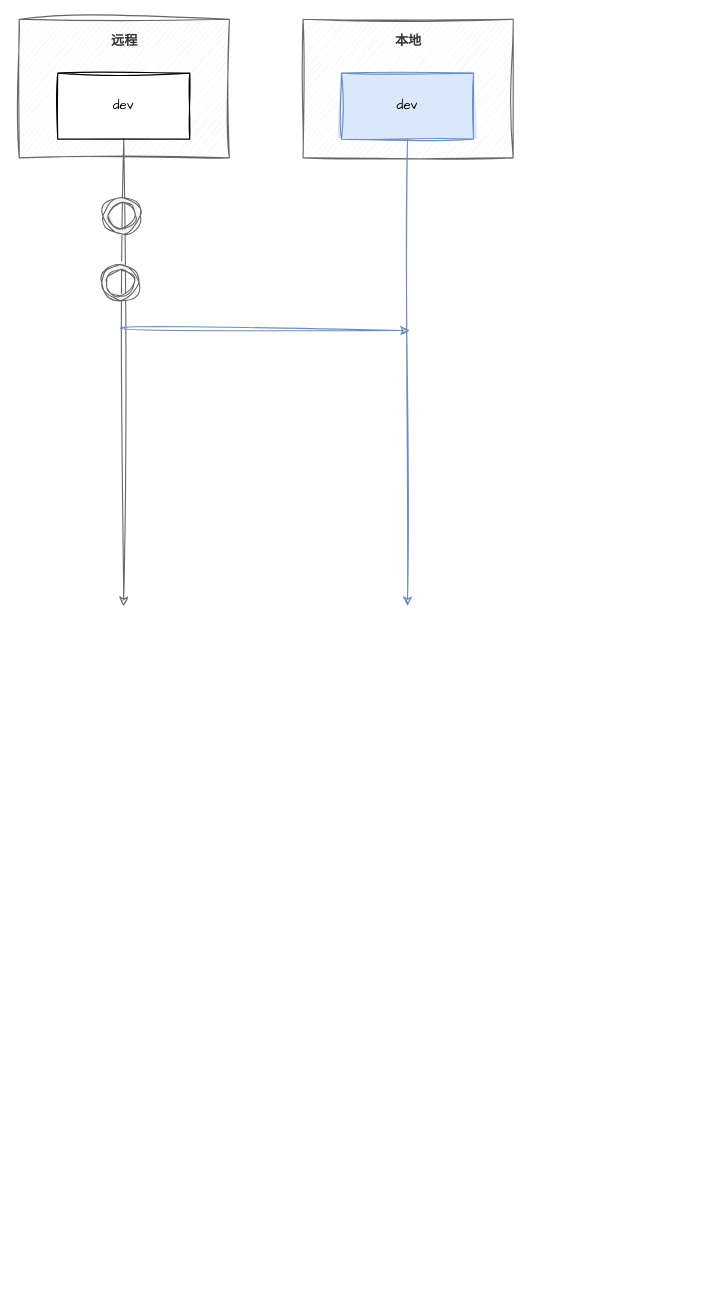
TryLoveCatch/charts keeps this draw.io diagram as git流程.drawio. Above is the earlier version. Source tidied: cells renumbered, new cells numbered last; positions are measured from the earlier drawing's top-left corner, leaving out a move shared by most shapes. Both pictures are drawn from the tidied source at 110%, with x=0, y=0 at pixel (19, 19).
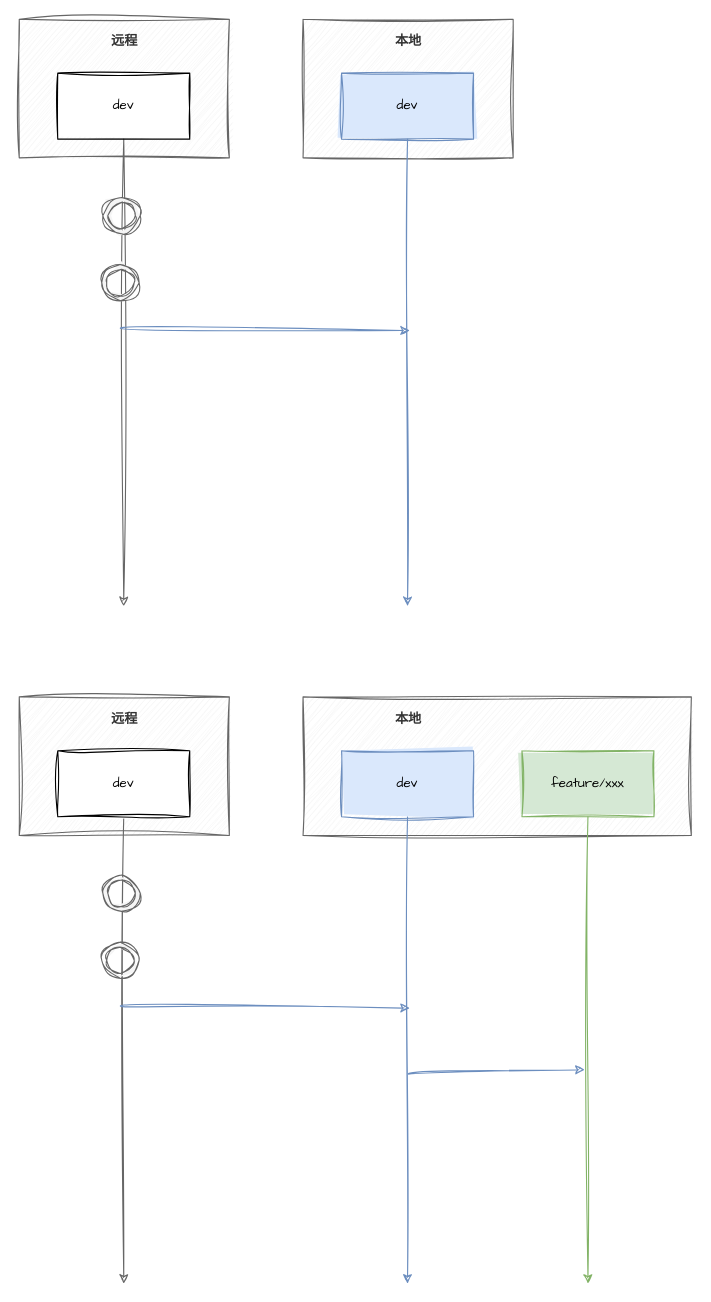
The same page after the edit.

Diff of the diagram source:
```diff
@@
+    <mxCell id="13" style="rounded=0;whiteSpace=wrap;html=1;sketch=1;jiggle=2;curveFitting=1;strokeColor=#666666;fontFamily=Comic Sans MS;fontSize=12;fontColor=#333333;fillColor=#f5f5f5;" parent="1" vertex="1">
+      <mxGeometry y="616" width="191" height="126" as="geometry" />
+    </mxCell>
+    <mxCell id="14" style="edgeStyle=orthogonalEdgeStyle;jettySize=auto;html=1;exitX=0.5;exitY=1;exitDx=0;exitDy=0;fontFamily=Comic Sans MS;fontSize=12;fontColor=#333333;sketch=1;curveFitting=1;jiggle=2;curved=1;fillColor=#f5f5f5;strokeColor=#666666;" parent="1" edge="1" source="15">
+      <mxGeometry relative="1" as="geometry">
+        <mxPoint x="95" y="1149.5" as="targetPoint" />
+      </mxGeometry>
+    </mxCell>
+    <mxCell id="15" value="dev" style="rounded=0;whiteSpace=wrap;html=1;sketch=1;curveFitting=1;jiggle=2;fontFamily=Comic Sans MS;fillStyle=solid;" parent="1" vertex="1">
+      <mxGeometry x="35" y="665" width="120" height="60" as="geometry" />
+    </mxCell>
+    <mxCell id="16" value="&lt;b&gt;远程&lt;/b&gt;" style="text;html=1;strokeColor=none;fillColor=none;align=center;verticalAlign=middle;whiteSpace=wrap;rounded=0;fontSize=12;fontFamily=Comic Sans MS;fontColor=#333333;" parent="1" vertex="1">
+      <mxGeometry x="66" y="622" width="60" height="30" as="geometry" />
+    </mxCell>
+    <mxCell id="17" style="verticalLabelPosition=bottom;verticalAlign=top;html=1;shape=mxgraph.basic.donut;dx=4.5;rounded=0;sketch=1;jiggle=2;curveFitting=1;strokeColor=#666666;fontFamily=Comic Sans MS;fontSize=12;fontColor=#333333;fillColor=#f5f5f5;fillStyle=solid;" parent="1" vertex="1">
+      <mxGeometry x="76" y="778" width="34" height="33" as="geometry" />
+    </mxCell>
+    <mxCell id="18" style="verticalLabelPosition=bottom;verticalAlign=top;html=1;shape=mxgraph.basic.donut;dx=4.5;rounded=0;sketch=1;jiggle=2;curveFitting=1;strokeColor=#666666;fontFamily=Comic Sans MS;fontSize=12;fontColor=#333333;fillColor=#f5f5f5;fillStyle=solid;" parent="1" vertex="1">
+      <mxGeometry x="75" y="839" width="34" height="33" as="geometry" />
+    </mxCell>
+    <mxCell id="19" style="rounded=0;whiteSpace=wrap;html=1;sketch=1;jiggle=2;curveFitting=1;strokeColor=#666666;fontFamily=Comic Sans MS;fontSize=12;fontColor=#333333;fillColor=#f5f5f5;" parent="1" vertex="1">
+      <mxGeometry x="258" y="616" width="353" height="126" as="geometry" />
+    </mxCell>
+    <mxCell id="20" style="edgeStyle=orthogonalEdgeStyle;jettySize=auto;html=1;exitX=0.5;exitY=1;exitDx=0;exitDy=0;fontFamily=Comic Sans MS;fontSize=12;fontColor=#333333;sketch=1;curveFitting=1;jiggle=2;curved=1;fillColor=#dae8fc;strokeColor=#6c8ebf;" parent="1" edge="1" source="21">
+      <mxGeometry relative="1" as="geometry">
+        <mxPoint x="353" y="1149.5" as="targetPoint" />
+      </mxGeometry>
+    </mxCell>
+    <mxCell id="21" value="dev" style="rounded=0;whiteSpace=wrap;html=1;sketch=1;curveFitting=1;jiggle=2;fontFamily=Comic Sans MS;fillStyle=solid;fillColor=#dae8fc;strokeColor=#6c8ebf;" parent="1" vertex="1">
+      <mxGeometry x="293" y="665" width="120" height="60" as="geometry" />
+    </mxCell>
+    <mxCell id="22" value="&lt;b&gt;本地&lt;/b&gt;" style="text;html=1;strokeColor=none;fillColor=none;align=center;verticalAlign=middle;whiteSpace=wrap;rounded=0;fontSize=12;fontFamily=Comic Sans MS;fontColor=#333333;" parent="1" vertex="1">
+      <mxGeometry x="324" y="622" width="60" height="30" as="geometry" />
+    </mxCell>
+    <mxCell id="23" style="endArrow=classic;html=1;rounded=1;labelBackgroundColor=default;sketch=1;jiggle=2;curveFitting=1;strokeColor=#6c8ebf;fontFamily=Comic Sans MS;fontSize=12;fontColor=#333333;shape=connector;curved=1;fillColor=#dae8fc;" parent="1" edge="1">
+      <mxGeometry relative="1" as="geometry">
+        <mxPoint x="92" y="897" as="sourcePoint" />
+        <mxPoint x="355" y="899" as="targetPoint" />
+      </mxGeometry>
+    </mxCell>
+    <mxCell id="24" style="edgeStyle=orthogonalEdgeStyle;jettySize=auto;html=1;exitX=0.5;exitY=1;exitDx=0;exitDy=0;fontFamily=Comic Sans MS;fontSize=12;fontColor=#333333;sketch=1;curveFitting=1;jiggle=2;curved=1;fillColor=#d5e8d4;strokeColor=#82b366;" parent="1" edge="1" source="25">
+      <mxGeometry relative="1" as="geometry">
+        <mxPoint x="517" y="1149.5" as="targetPoint" />
+      </mxGeometry>
+    </mxCell>
+    <mxCell id="25" value="feature/xxx" style="rounded=0;whiteSpace=wrap;html=1;sketch=1;curveFitting=1;jiggle=2;fontFamily=Comic Sans MS;fillStyle=solid;fillColor=#d5e8d4;strokeColor=#82b366;" parent="1" vertex="1">
+      <mxGeometry x="457" y="665" width="120" height="60" as="geometry" />
+    </mxCell>
+    <mxCell id="26" style="endArrow=classic;html=1;rounded=1;labelBackgroundColor=default;sketch=1;jiggle=2;curveFitting=1;strokeColor=#6c8ebf;fontFamily=Comic Sans MS;fontSize=12;fontColor=#333333;shape=connector;curved=1;fillColor=#dae8fc;" parent="1" edge="1">
+      <mxGeometry relative="1" as="geometry">
+        <mxPoint x="354" y="959" as="sourcePoint" />
+        <mxPoint x="514" y="955" as="targetPoint" />
+      </mxGeometry>
+    </mxCell>
```
